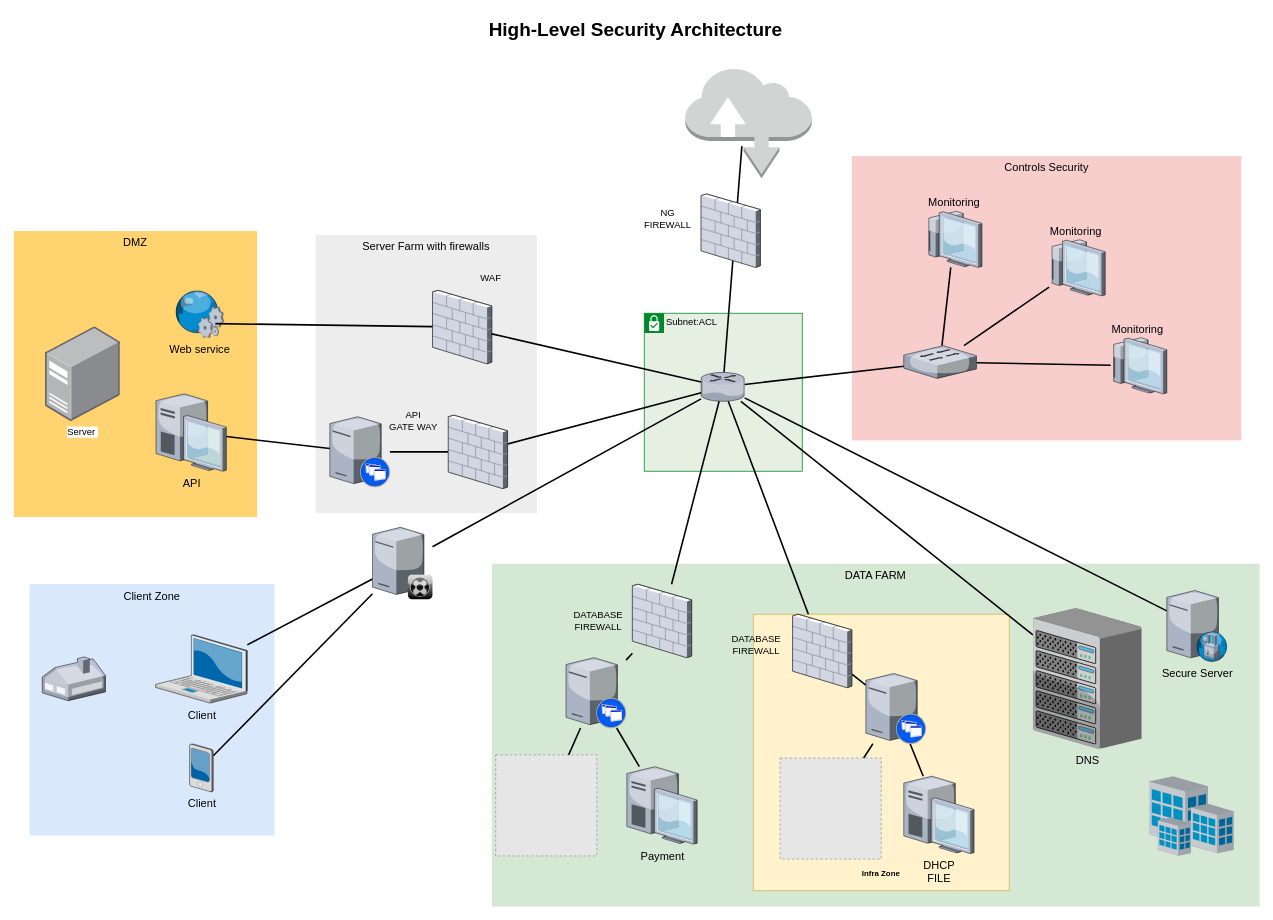
Sang-ATTN-UIT/High-Level-Security-Architecture- keeps this draw.io diagram as Biểu đồ không có tiêu đề.drawio. Above is the earlier version. Source tidied: cells renumbered, new cells numbered last; positions are measured from the earlier drawing's top-left corner, leaving out a move shared by most shapes. Both pictures are drawn from the tidied source at 79%, with x=0, y=0 at pixel (13, 13). Pictures stored in the file or linked from it are replaced by grey dashed boxes.
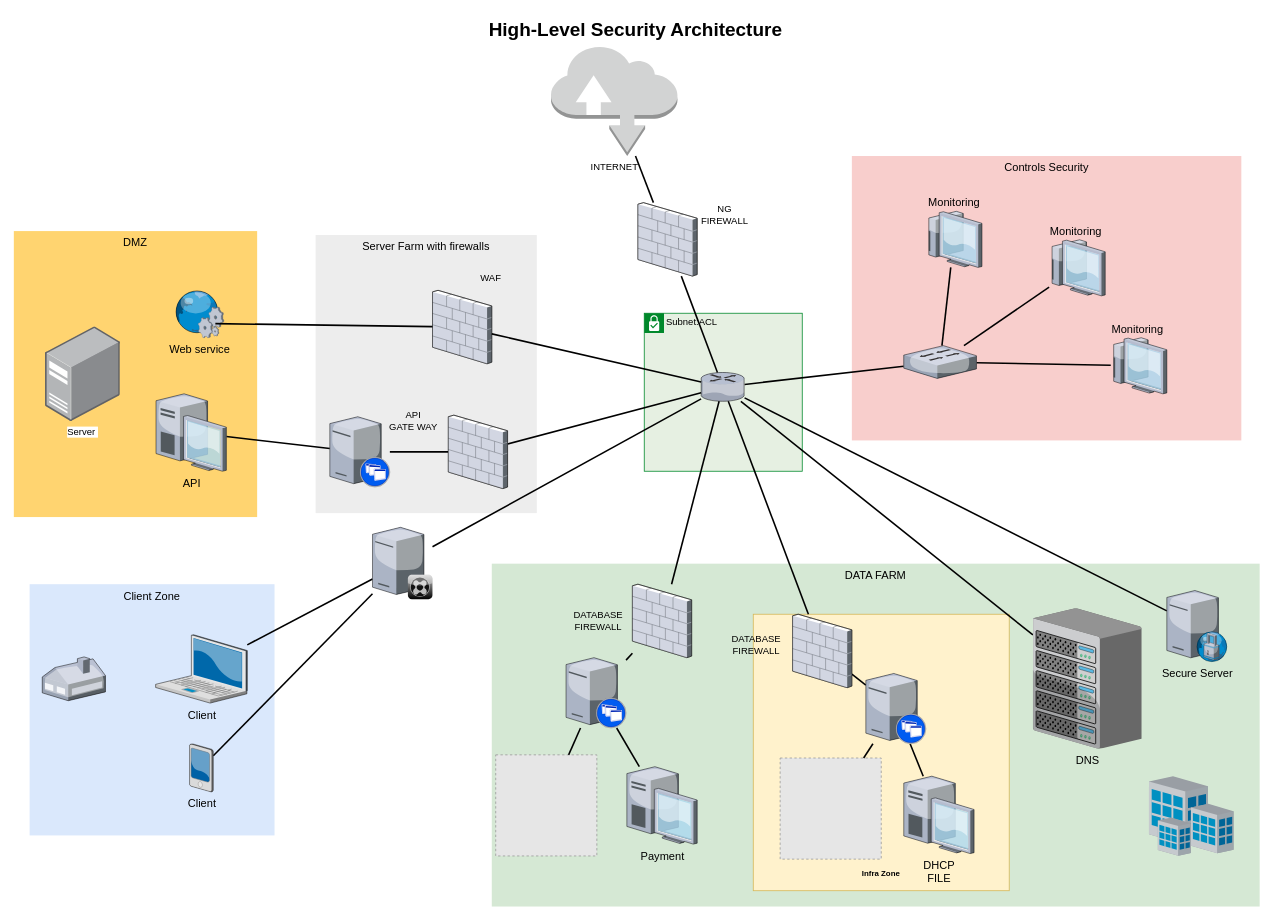
Above is the later version.

The change refers to these unchanged cells:
```xml
<mxCell id="25" style="verticalLabelPosition=bottom;html=1;verticalAlign=top;strokeColor=none;shape=mxgraph.citrix.router;fillColor=#66B2FF;gradientColor=#0066CC;fontSize=14;" parent="1" vertex="1">
  <mxGeometry x="870" y="454" width="55" height="36.5" as="geometry" />
</mxCell>
```

Diff of the diagram source:
```diff
@@
-    <mxCell id="22" style="edgeStyle=none;rounded=0;html=1;startSize=10;endSize=10;jettySize=auto;fontSize=14;endArrow=none;endFill=0;strokeWidth=2;" parent="1" edge="1" source="25">
-      <mxGeometry relative="1" as="geometry">
-        <mxPoint x="921.6" y="167.5" as="targetPoint" />
-      </mxGeometry>
+    <mxCell id="22" style="edgeStyle=none;rounded=0;html=1;startSize=10;endSize=10;jettySize=auto;fontSize=14;endArrow=none;endFill=0;strokeWidth=2;" parent="1" edge="1" source="46" target="45">
+      <mxGeometry relative="1" as="geometry" />
     </mxCell>
@@
-    <mxCell id="45" style="outlineConnect=0;dashed=0;verticalLabelPosition=bottom;verticalAlign=top;align=center;html=1;shape=mxgraph.aws3.internet;fillColor=#D2D3D3;gradientColor=none;" parent="1" vertex="1">
-      <mxGeometry x="850" y="68" width="160" height="140" as="geometry" />
+    <mxCell id="45" value="INTERNET" style="outlineConnect=0;dashed=0;verticalLabelPosition=bottom;verticalAlign=top;align=center;html=1;shape=mxgraph.aws3.internet;fillColor=#D2D3D3;gradientColor=none;" parent="1" vertex="1">
+      <mxGeometry x="680" y="40" width="160" height="140" as="geometry" />
     </mxCell>
-    <mxCell id="46" style="verticalLabelPosition=bottom;html=1;verticalAlign=top;strokeColor=none;shape=mxgraph.citrix.firewall;fillColor=#66B2FF;gradientColor=#0066CC;fontSize=14;" parent="1" vertex="1">
-      <mxGeometry x="870" y="228" width="75" height="93" as="geometry" />
-    </mxCell>
@@
     <mxCell id="60" value="NG FIREWALL" style="text;html=1;strokeColor=none;fillColor=none;align=center;verticalAlign=middle;whiteSpace=wrap;rounded=0;" parent="1" vertex="1">
-      <mxGeometry x="798" y="245" width="60" height="30" as="geometry" />
+      <mxGeometry x="870" y="239" width="60" height="30" as="geometry" />
     </mxCell>
@@
+    <mxCell id="66" style="edgeStyle=none;rounded=0;html=1;startSize=10;endSize=10;jettySize=auto;fontSize=14;endArrow=none;endFill=0;strokeWidth=2;" parent="1" edge="1" source="25" target="46">
+      <mxGeometry relative="1" as="geometry" />
+    </mxCell>
+    <mxCell id="46" style="verticalLabelPosition=bottom;html=1;verticalAlign=top;strokeColor=none;shape=mxgraph.citrix.firewall;fillColor=#66B2FF;gradientColor=#0066CC;fontSize=14;" parent="1" vertex="1">
+      <mxGeometry x="790" y="239" width="75" height="93" as="geometry" />
+    </mxCell>
```
